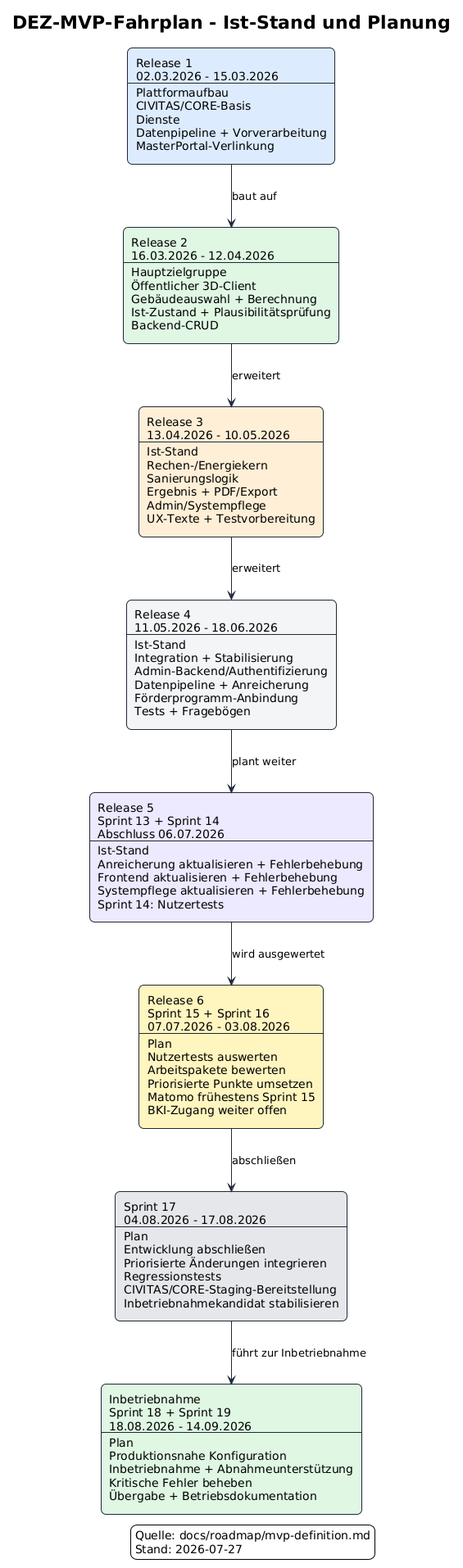
The PlantUML diagram docs/roadmap/attachments/mvp-roadmap.png in csi-FOXBYTE/Regensburg_DigitalerEnergieZwilling_Backend, before a commit.
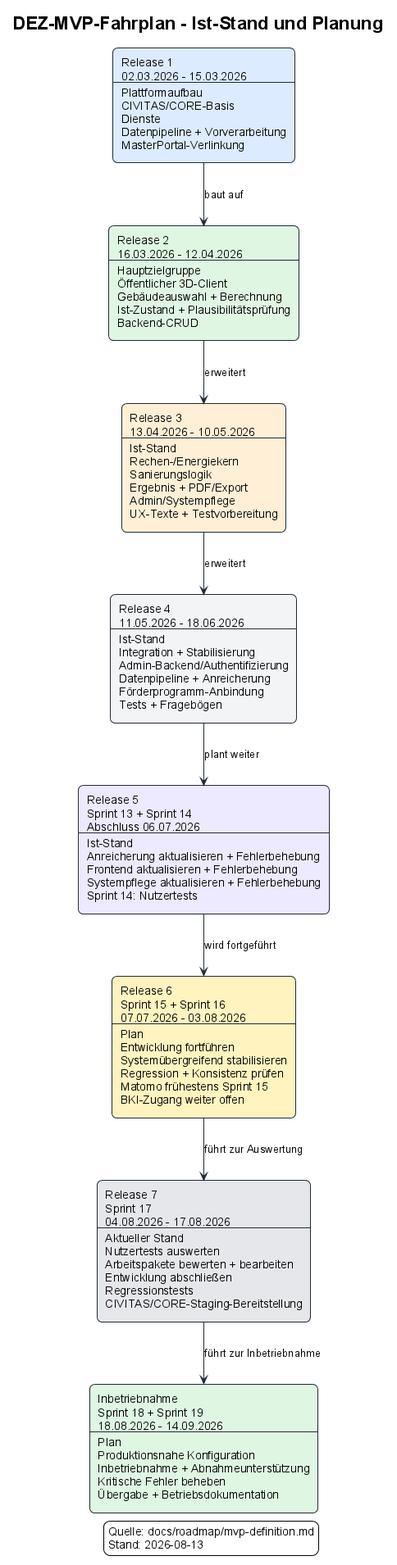
The same diagram one commit later.

Commit message:
docs: updated roadmap with usertesting feedback implementation status

Diff of the diagram source:
```diff
@@ -12,33 +12,33 @@
 }
 skinparam ArrowColor #1F2937
 
-rectangle "Release 1%n()02.03.2026 - 15.03.2026%n()---%n()Plattformaufbau%n()CIVITAS/CORE-Basis%n()Dienste%n()Datenpipeline + Vorverarbeitung%n()MasterPortal-Verlinkung" as R1 #DCEBFF
+rectangle "Release 1\n02.03.2026 - 15.03.2026\n---\nPlattformaufbau\nCIVITAS/CORE-Basis\nDienste\nDatenpipeline + Vorverarbeitung\nMasterPortal-Verlinkung" as R1 #DCEBFF
 
-rectangle "Release 2%n()16.03.2026 - 12.04.2026%n()---%n()Hauptzielgruppe%n()Öffentlicher 3D-Client%n()Gebäudeauswahl + Berechnung%n()Ist-Zustand + Plausibilitätsprüfung%n()Backend-CRUD" as R2 #DFF7E2
+rectangle "Release 2\n16.03.2026 - 12.04.2026\n---\nHauptzielgruppe\nÖffentlicher 3D-Client\nGebäudeauswahl + Berechnung\nIst-Zustand + Plausibilitätsprüfung\nBackend-CRUD" as R2 #DFF7E2
 
-rectangle "Release 3%n()13.04.2026 - 10.05.2026%n()---%n()Ist-Stand%n()Rechen-/Energiekern%n()Sanierungslogik%n()Ergebnis + PDF/Export%n()Admin/Systempflege%n()UX-Texte + Testvorbereitung" as R3 #FFEFD6
+rectangle "Release 3\n13.04.2026 - 10.05.2026\n---\nIst-Stand\nRechen-/Energiekern\nSanierungslogik\nErgebnis + PDF/Export\nAdmin/Systempflege\nUX-Texte + Testvorbereitung" as R3 #FFEFD6
 
-rectangle "Release 4%n()11.05.2026 - 18.06.2026%n()---%n()Ist-Stand%n()Integration + Stabilisierung%n()Admin-Backend/Authentifizierung%n()Datenpipeline + Anreicherung%n()Förderprogramm-Anbindung%n()Tests + Fragebögen" as R4 #F3F4F6
+rectangle "Release 4\n11.05.2026 - 18.06.2026\n---\nIst-Stand\nIntegration + Stabilisierung\nAdmin-Backend/Authentifizierung\nDatenpipeline + Anreicherung\nFörderprogramm-Anbindung\nTests + Fragebögen" as R4 #F3F4F6
 
-rectangle "Release 5%n()Sprint 13 + Sprint 14%n()Abschluss 06.07.2026%n()---%n()Ist-Stand%n()Anreicherung aktualisieren + Fehlerbehebung%n()Frontend aktualisieren + Fehlerbehebung%n()Systempflege aktualisieren + Fehlerbehebung%n()Sprint 14: Nutzertests" as R5 #EDE9FE
+rectangle "Release 5\nSprint 13 + Sprint 14\nAbschluss 06.07.2026\n---\nIst-Stand\nAnreicherung aktualisieren + Fehlerbehebung\nFrontend aktualisieren + Fehlerbehebung\nSystempflege aktualisieren + Fehlerbehebung\nSprint 14: Nutzertests" as R5 #EDE9FE
 
-rectangle "Release 6%n()Sprint 15 + Sprint 16%n()07.07.2026 - 03.08.2026%n()---%n()Plan%n()Nutzertests auswerten%n()Arbeitspakete bewerten%n()Priorisierte Punkte umsetzen%n()Matomo frühestens Sprint 15%n()BKI-Zugang weiter offen" as R6 #FFF4BF
+rectangle "Release 6\nSprint 15 + Sprint 16\n07.07.2026 - 03.08.2026\n---\nPlan\nEntwicklung fortführen\nSystemübergreifend stabilisieren\nRegression + Konsistenz prüfen\nMatomo frühestens Sprint 15\nBKI-Zugang weiter offen" as R6 #FFF4BF
 
-rectangle "Sprint 17%n()04.08.2026 - 17.08.2026%n()---%n()Plan%n()Entwicklung abschließen%n()Priorisierte Änderungen integrieren%n()Regressionstests%n()CIVITAS/CORE-Staging-Bereitstellung%n()Inbetriebnahmekandidat stabilisieren" as S17 #E5E7EB
+rectangle "Release 7\nSprint 17\n04.08.2026 - 17.08.2026\n---\nAktueller Stand\nNutzertests auswerten\nArbeitspakete bewerten + bearbeiten\nEntwicklung abschließen\nRegressionstests\nCIVITAS/CORE-Staging-Bereitstellung" as R7 #E5E7EB
 
-rectangle "Inbetriebnahme%n()Sprint 18 + Sprint 19%n()18.08.2026 - 14.09.2026%n()---%n()Plan%n()Produktionsnahe Konfiguration%n()Inbetriebnahme + Abnahmeunterstützung%n()Kritische Fehler beheben%n()Übergabe + Betriebsdokumentation" as IB #DFF7E2
+rectangle "Inbetriebnahme\nSprint 18 + Sprint 19\n18.08.2026 - 14.09.2026\n---\nPlan\nProduktionsnahe Konfiguration\nInbetriebnahme + Abnahmeunterstützung\nKritische Fehler beheben\nÜbergabe + Betriebsdokumentation" as IB #DFF7E2
 
 R1 --> R2 : baut auf
 R2 --> R3 : erweitert
 R3 --> R4 : erweitert
 R4 --> R5 : plant weiter
-R5 --> R6 : wird ausgewertet
-R6 --> S17 : abschließen
-S17 --> IB : führt zur Inbetriebnahme
+R5 --> R6 : wird fortgeführt
+R6 --> R7 : führt zur Auswertung
+R7 --> IB : führt zur Inbetriebnahme
 
 legend right
   Quelle: docs/roadmap/mvp-definition.md
-  Stand: 2026-07-27
+  Stand: 2026-08-13
 endlegend
 
 @enduml
```
